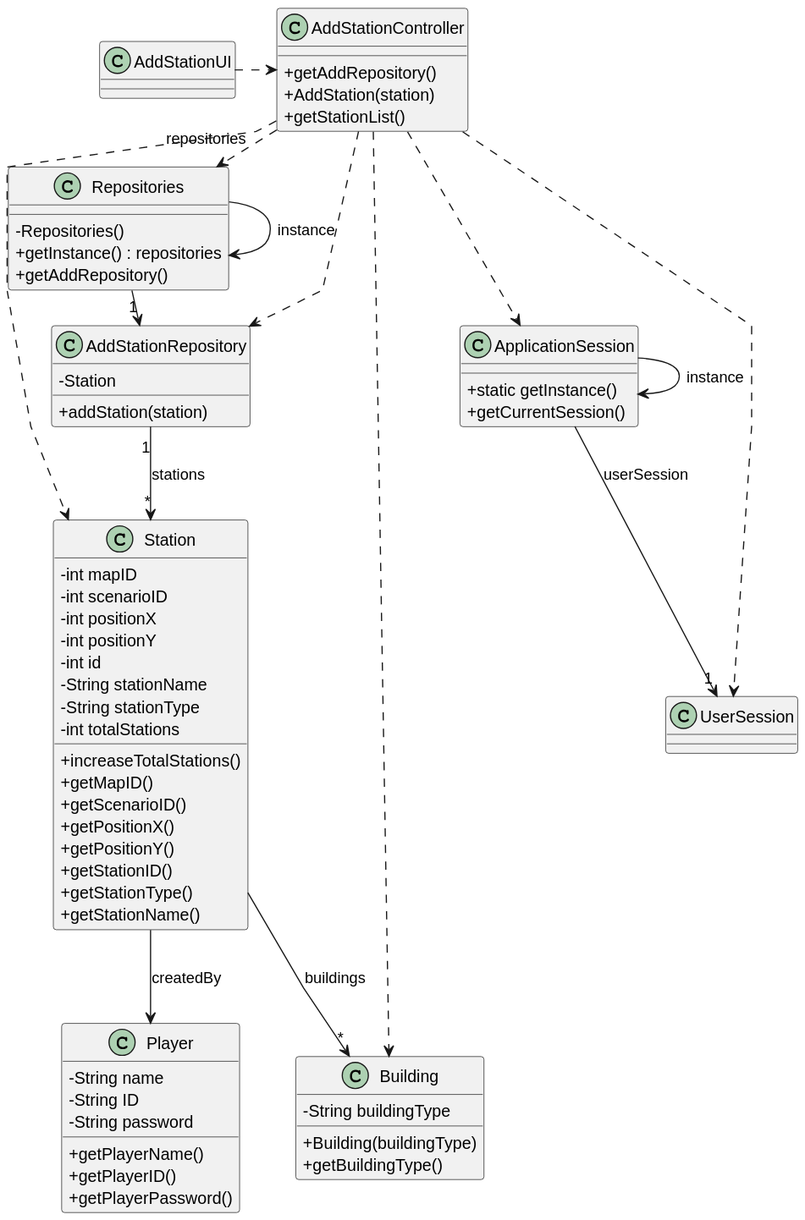
The PlantUML diagram docs/sprint2/us005/03.design/svg/us005-class-diagram.svg in ivasduarte/all-aboard, before a commit.
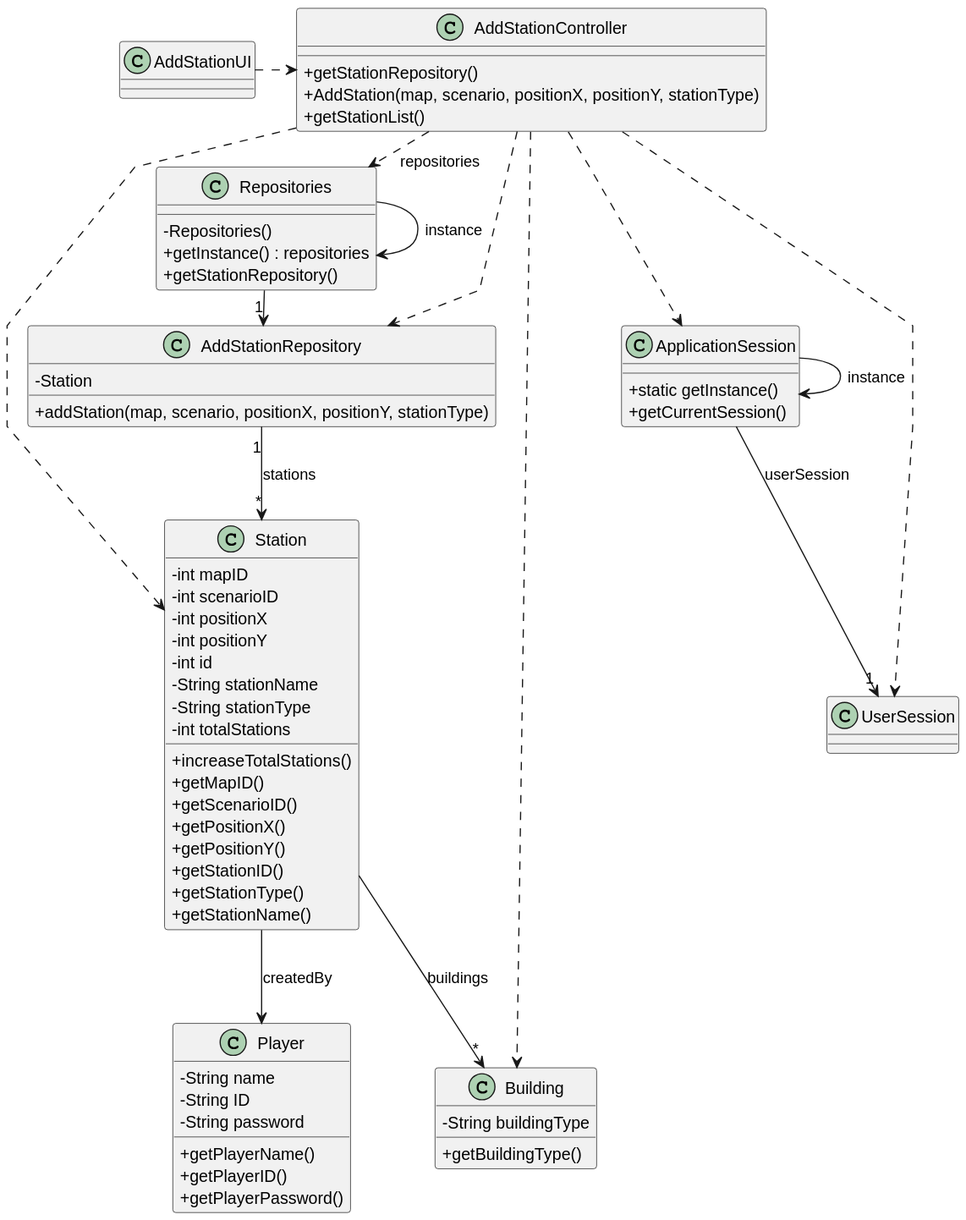
After the commit.

What changed in the source:
```diff
@@ -45,28 +45,27 @@
 
 class Building {
     - String buildingType
-    + Building(buildingType)
-    + getBuildingType()
+      + getBuildingType()
 }
 
 class AddStationUI {
 }
 
 class AddStationController {
-    + getAddRepository()
-    + AddStation(station)
+    + getStationRepository()
+    + AddStation(map, scenario, positionX, positionY, stationType)
     + getStationList()
 }
 
 class Repositories {
     - Repositories()
     + getInstance() : repositories
-    + getAddRepository()
+    + getStationRepository()
 }
 
 class AddStationRepository {
     - Station
-    + addStation(station)
+    + addStation(map, scenario, positionX, positionY, stationType)
 }
 
 Repositories -> Repositories : instance
```
